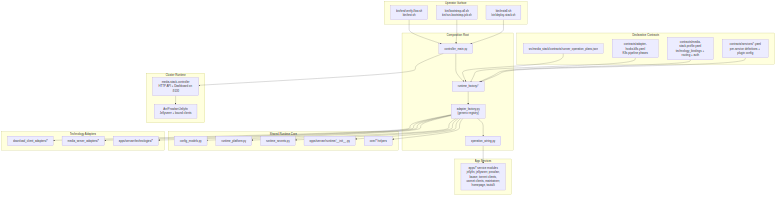
Before: docs/diagrams/software-component-model.png, a diagram exported from Mermaid (mploschiavo/mediaserver). Its source is kept beside it as docs/diagrams/software-component-model.mmd.
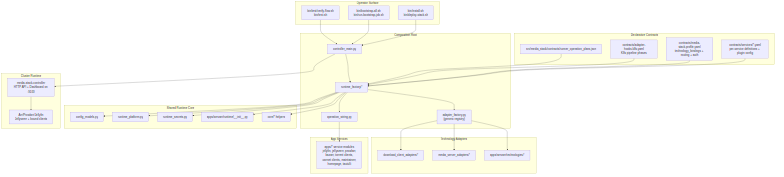
After the change.

What changed in the source:
```diff
@@ -51,17 +51,18 @@
   K8S --> RF
   RPLAN --> RF
 
-  MAIN --> RF --> REG --> WIRE
+  MAIN --> RF --> WIRE
 
-  REG --> CFGM
-  REG --> CORE_RT
-  REG --> CORE_SEC
-  REG --> ARR
-  REG --> LIB
+  RF --> CFGM
+  RF --> CORE_RT
+  RF --> CORE_SEC
+  RF --> ARR
+  RF --> LIB
 
   REG --> DL
   REG --> MS
   REG --> SA
+  RF --> REG
 
   WIRE --> APPMOD
 
```
